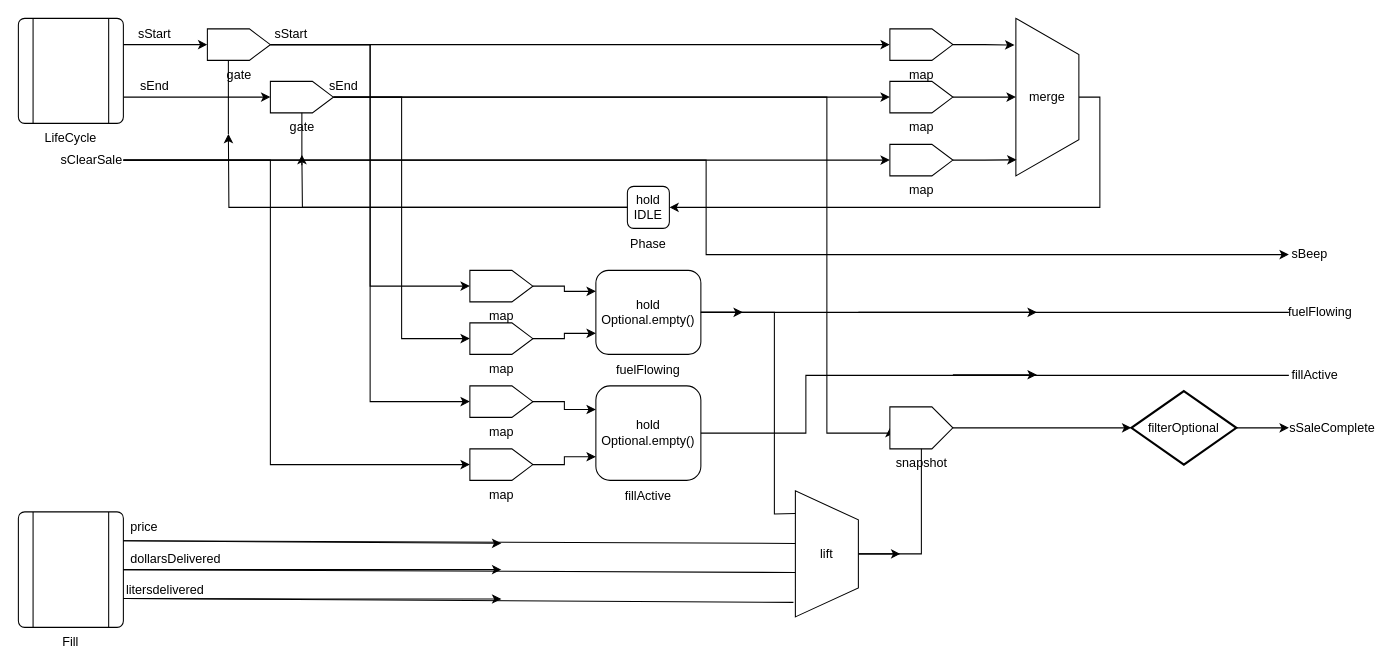
suzuki-taro-29/FRP-chap4-diagrams keeps this draw.io diagram as NotifyPointOfSale.drawio. Above is the earlier version. Source tidied: cells renumbered, new cells numbered last; positions are measured from the earlier drawing's top-left corner, leaving out a move shared by most shapes. Both pictures are drawn from the tidied source at 105%, with x=0, y=0 at pixel (18, 18).
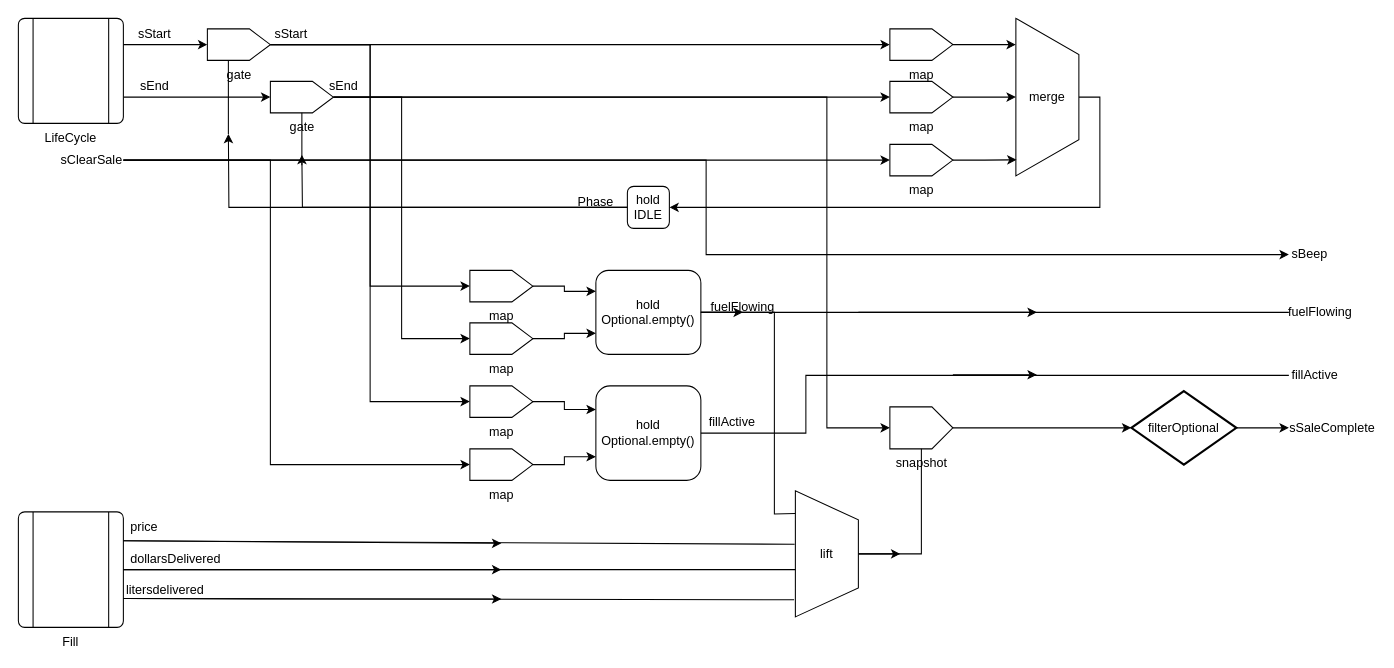
After the change.

Commit message:
NotifyPointOfSale.drawio を更新します

Unchanged cells that the change refers to:
```xml
<mxCell id="4" value="Fill" style="verticalLabelPosition=bottom;verticalAlign=top;html=1;shape=process;whiteSpace=wrap;rounded=1;size=0.14;arcSize=6;" parent="1" vertex="1">
  <mxGeometry y="470" width="100" height="110" as="geometry" />
</mxCell>
<mxCell id="10" value="map" style="verticalLabelPosition=bottom;verticalAlign=top;html=1;shape=offPageConnector;rounded=0;size=0.3333333333333333;direction=north;" parent="1" vertex="1">
  <mxGeometry x="830" y="10" width="60" height="30" as="geometry" />
</mxCell>
<mxCell id="12" value="merge" style="verticalLabelPosition=middle;verticalAlign=middle;html=1;shape=trapezoid;perimeter=trapezoidPerimeter;whiteSpace=wrap;size=0.23;arcSize=10;flipV=1;labelPosition=center;align=center;direction=south;" parent="1" vertex="1">
  <mxGeometry x="950" width="60" height="150" as="geometry" />
</mxCell>
<mxCell id="33" value="gate" style="verticalLabelPosition=bottom;verticalAlign=top;html=1;shape=offPageConnector;rounded=0;size=0.3333333333333333;direction=north;" parent="1" vertex="1">
  <mxGeometry x="240" y="60" width="60" height="30" as="geometry" />
</mxCell>
<mxCell id="56" value="snapshot" style="verticalLabelPosition=bottom;verticalAlign=top;html=1;shape=offPageConnector;rounded=0;size=0.3333333333333333;direction=north;" parent="1" vertex="1">
  <mxGeometry x="830" y="370" width="60" height="40" as="geometry" />
</mxCell>
<mxCell id="58" value="lift" style="verticalLabelPosition=middle;verticalAlign=middle;html=1;shape=trapezoid;perimeter=trapezoidPerimeter;whiteSpace=wrap;size=0.23;arcSize=10;flipV=1;labelPosition=center;align=center;direction=south;" parent="1" vertex="1">
  <mxGeometry x="740" y="450" width="60" height="120" as="geometry" />
</mxCell>
```

What changed in the source:
```diff
@@
     <mxCell id="32" style="edgeStyle=orthogonalEdgeStyle;rounded=0;jettySize=auto;html=1;entryX=0.5;entryY=0;entryDx=0;entryDy=0;" parent="1" edge="1" source="33" target="56">
       <mxGeometry relative="1" as="geometry">
         <Array as="points">
           <mxPoint x="770" y="75" />
-          <mxPoint x="770" y="395" />
+          <mxPoint x="770" y="390" />
         </Array>
       </mxGeometry>
     </mxCell>
@@
     <mxCell id="35" value="Phase" style="text;html=1;align=center;verticalAlign=middle;whiteSpace=wrap;rounded=0;" parent="1" vertex="1">
-      <mxGeometry x="570" y="200" width="60" height="30" as="geometry" />
+      <mxGeometry x="520" y="160" width="60" height="30" as="geometry" />
     </mxCell>
@@
-    <mxCell id="42" style="edgeStyle=orthogonalEdgeStyle;rounded=0;jettySize=auto;html=1;entryX=0.831;entryY=1.022;entryDx=0;entryDy=0;entryPerimeter=0;" parent="1" edge="1" source="10" target="12">
-      <mxGeometry relative="1" as="geometry" />
+    <mxCell id="42" style="edgeStyle=orthogonalEdgeStyle;rounded=0;jettySize=auto;html=1;" parent="1" edge="1" source="10">
+      <mxGeometry relative="1" as="geometry">
+        <mxPoint x="950" y="25" as="targetPoint" />
+      </mxGeometry>
     </mxCell>
     <mxCell id="43" value="fuelFlowing" style="text;html=1;align=center;verticalAlign=middle;whiteSpace=wrap;rounded=0;" parent="1" vertex="1">
-      <mxGeometry x="570" y="320" width="60" height="30" as="geometry" />
+      <mxGeometry x="660" y="260" width="60" height="30" as="geometry" />
     </mxCell>
     <mxCell id="44" value="fillActive" style="text;html=1;align=center;verticalAlign=middle;whiteSpace=wrap;rounded=0;" parent="1" vertex="1">
-      <mxGeometry x="570" y="440" width="60" height="30" as="geometry" />
+      <mxGeometry x="650" y="370" width="60" height="30" as="geometry" />
     </mxCell>
@@
-    <mxCell id="60" style="endArrow=none;html=1;rounded=0;entryX=1;entryY=0.25;entryDx=0;entryDy=0;exitX=0.583;exitY=1.002;exitDx=0;exitDy=0;exitPerimeter=0;" parent="1" edge="1" source="58" target="4">
+    <mxCell id="60" style="endArrow=none;html=1;rounded=0;entryX=1;entryY=0.25;entryDx=0;entryDy=0;exitX=0.576;exitY=1.012;exitDx=0;exitDy=0;exitPerimeter=0;" parent="1" edge="1" source="58" target="4">
       <mxGeometry relative="1" as="geometry" />
     </mxCell>
-    <mxCell id="61" style="endArrow=none;html=1;rounded=0;entryX=0.352;entryY=1.002;entryDx=0;entryDy=0;entryPerimeter=0;exitX=1;exitY=0.5;exitDx=0;exitDy=0;" parent="1" edge="1" source="4" target="58">
-      <mxGeometry relative="1" as="geometry" />
+    <mxCell id="61" style="endArrow=none;html=1;rounded=0;exitX=1;exitY=0.5;exitDx=0;exitDy=0;" parent="1" edge="1" source="4">
+      <mxGeometry relative="1" as="geometry">
+        <mxPoint x="740" y="525" as="targetPoint" />
+      </mxGeometry>
     </mxCell>
-    <mxCell id="62" style="endArrow=none;html=1;rounded=0;exitX=1;exitY=0.75;exitDx=0;exitDy=0;entryX=0.115;entryY=1.031;entryDx=0;entryDy=0;entryPerimeter=0;" parent="1" edge="1" source="4" target="58">
+    <mxCell id="62" style="endArrow=none;html=1;rounded=0;exitX=1;exitY=0.75;exitDx=0;exitDy=0;entryX=0.136;entryY=1.02;entryDx=0;entryDy=0;entryPerimeter=0;" parent="1" edge="1" source="4" target="58">
       <mxGeometry relative="1" as="geometry" />
     </mxCell>
```
